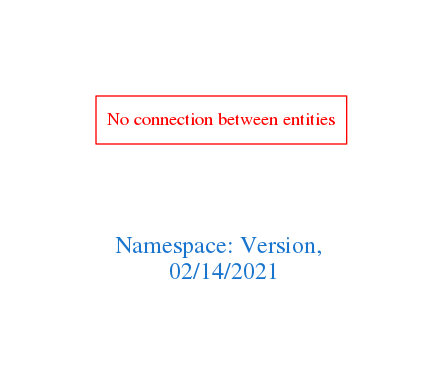
This is downloads/Version.png from arago/OGIT, a Graphviz export, as it was before one commit. Its source is kept beside it as downloads/Version.dot.
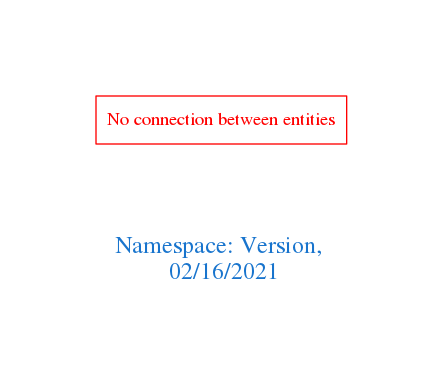
After the commit.

The edit, as a diff of the source:
```diff
@@ -1,7 +1,7 @@
 digraph OGIT_ontology {
  graph [ rankdir= LR,pad=1
 fontsize = 18,
-fontcolor= dodgerblue3,label = "\n\n\nNamespace: Version, \n 02/14/2021"];
+fontcolor= dodgerblue3,label = "\n\n\nNamespace: Version, \n 02/16/2021"];
 node[shape=polygon];
 edge [  color="gray81"];
 
```
